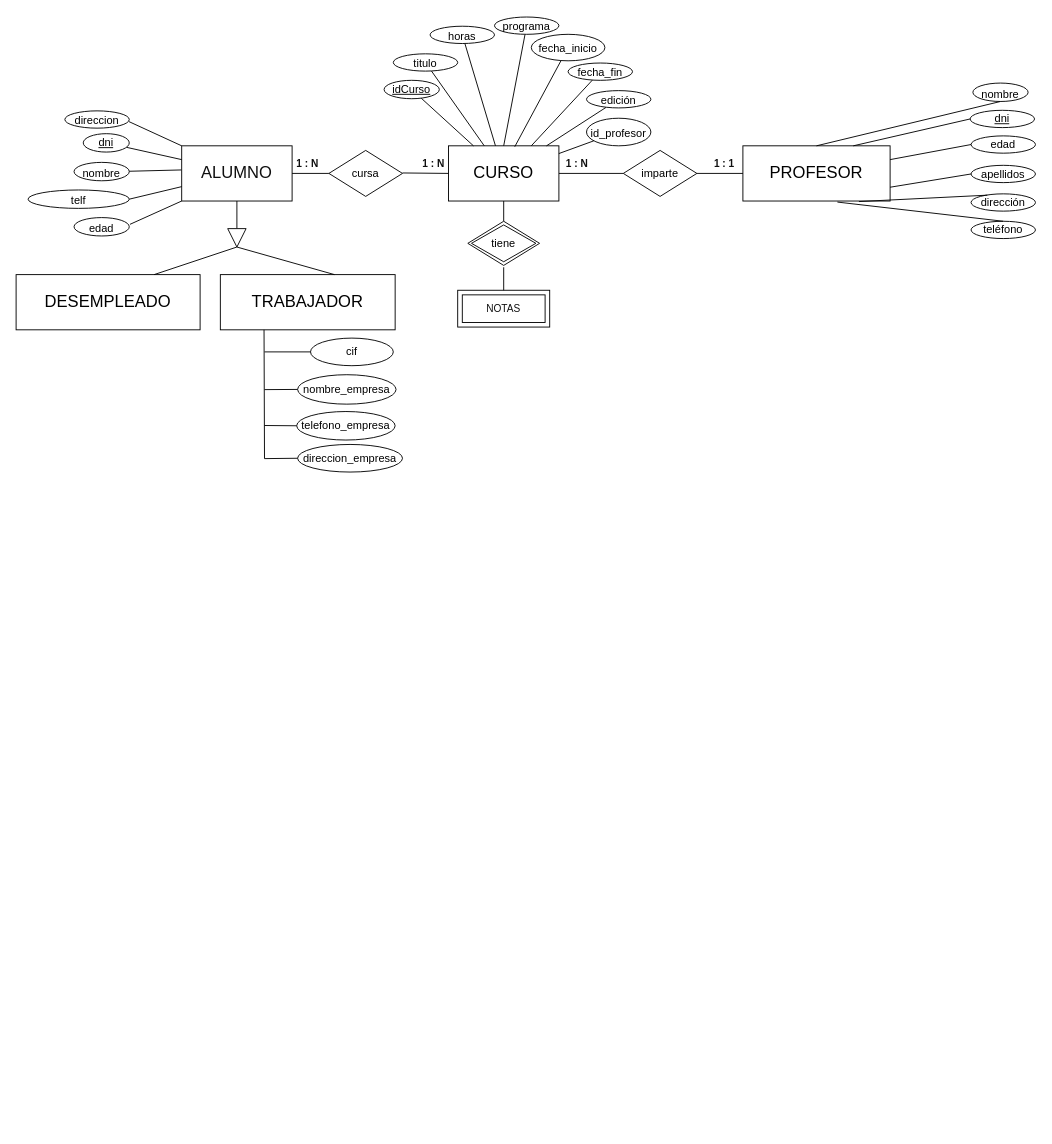
Earlier version of the draw.io diagram Untitled Diagram.drawio (JuanMarinG/TA12_MYSQL). Source tidied: cells renumbered, new cells numbered last; positions are measured from the earlier drawing's top-left corner, leaving out a move shared by most shapes. Both pictures are drawn from the tidied source at 92%, with x=0, y=0 at pixel (16, 17).
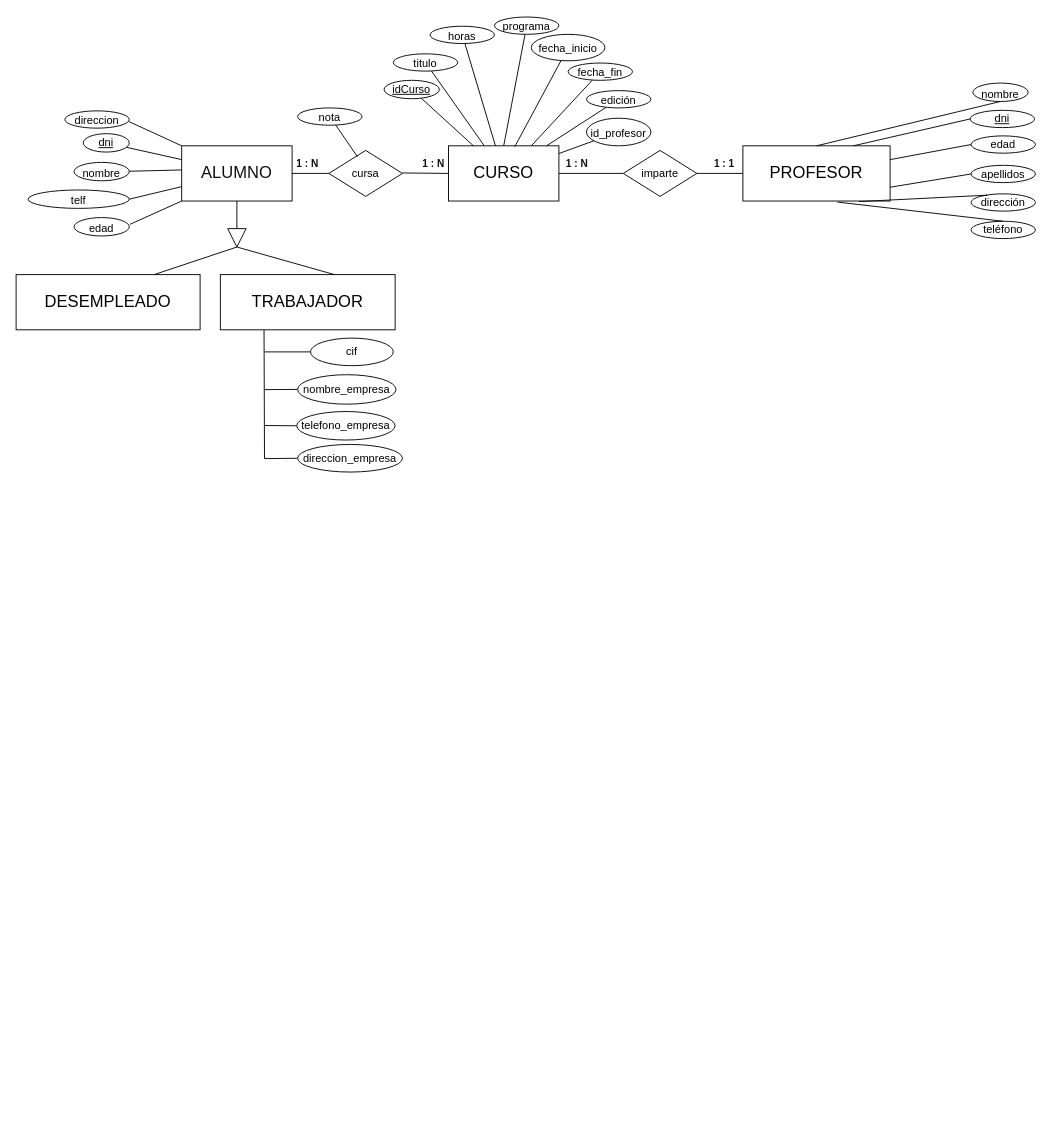
The same diagram, later.

The change refers to these unchanged cells:
```xml
<mxCell id="6" value="&lt;div&gt;CURSO&lt;/div&gt;" style="rounded=0;whiteSpace=wrap;html=1;shadow=0;sketch=0;fontSize=18;" parent="1" vertex="1">
  <mxGeometry x="470" y="140" width="120" height="60" as="geometry" />
</mxCell>
<mxCell id="21" value="cursa" style="rhombus;whiteSpace=wrap;html=1;" parent="1" vertex="1">
  <mxGeometry x="340" y="145" width="80" height="50" as="geometry" />
</mxCell>
```

Change to the diagram source:
```diff
@@
-    <mxCell id="70" style="endArrow=none;html=1;rounded=1;sketch=0;fontSize=11;fontColor=#0F0F0F;strokeColor=default;curved=0;entryX=0.5;entryY=1;entryDx=0;entryDy=0;exitX=0.5;exitY=0;exitDx=0;exitDy=0;startArrow=none;" parent="1" edge="1" target="6">
-      <mxGeometry relative="1" as="geometry">
-        <mxPoint x="530" y="222" as="sourcePoint" />
-      </mxGeometry>
-    </mxCell>
-    <mxCell id="71" value="&lt;div&gt;NOTAS&lt;/div&gt;" style="shape=ext;margin=3;double=1;whiteSpace=wrap;html=1;align=center;rounded=0;shadow=0;sketch=0;fontSize=11;fontColor=#0F0F0F;strokeColor=#000000;fillColor=#FFFFFF;" parent="1" vertex="1">
-      <mxGeometry x="480" y="297" width="100" height="40" as="geometry" />
-    </mxCell>
-    <mxCell id="72" style="endArrow=none;html=1;rounded=1;sketch=0;fontSize=11;fontColor=#0F0F0F;strokeColor=default;curved=0;entryX=0.5;entryY=1;entryDx=0;entryDy=0;exitX=0.5;exitY=0;exitDx=0;exitDy=0;" parent="1" edge="1" source="71">
-      <mxGeometry relative="1" as="geometry">
-        <mxPoint x="530" y="272" as="targetPoint" />
-      </mxGeometry>
-    </mxCell>
-    <mxCell id="73" value="tiene" style="shape=rhombus;double=1;perimeter=rhombusPerimeter;whiteSpace=wrap;html=1;align=center;rounded=0;sketch=0;fontSize=12;" parent="1" vertex="1">
-      <mxGeometry x="491" y="222" width="78" height="48" as="geometry" />
-    </mxCell>
+    <mxCell id="74" style="rounded=0;jettySize=auto;html=1;entryX=0.388;entryY=0.14;entryDx=0;entryDy=0;entryPerimeter=0;endArrow=none;endFill=0;" parent="1" edge="1" source="75" target="21">
+      <mxGeometry relative="1" as="geometry" />
+    </mxCell>
+    <mxCell id="75" value="&lt;span style=&quot;font-size: 12px;&quot;&gt;nota&lt;br&gt;&lt;/span&gt;" style="ellipse;whiteSpace=wrap;html=1;rounded=0;shadow=0;sketch=0;fontSize=18;" parent="1" vertex="1">
+      <mxGeometry x="306" y="98.8" width="70" height="18.8" as="geometry" />
+    </mxCell>
```
